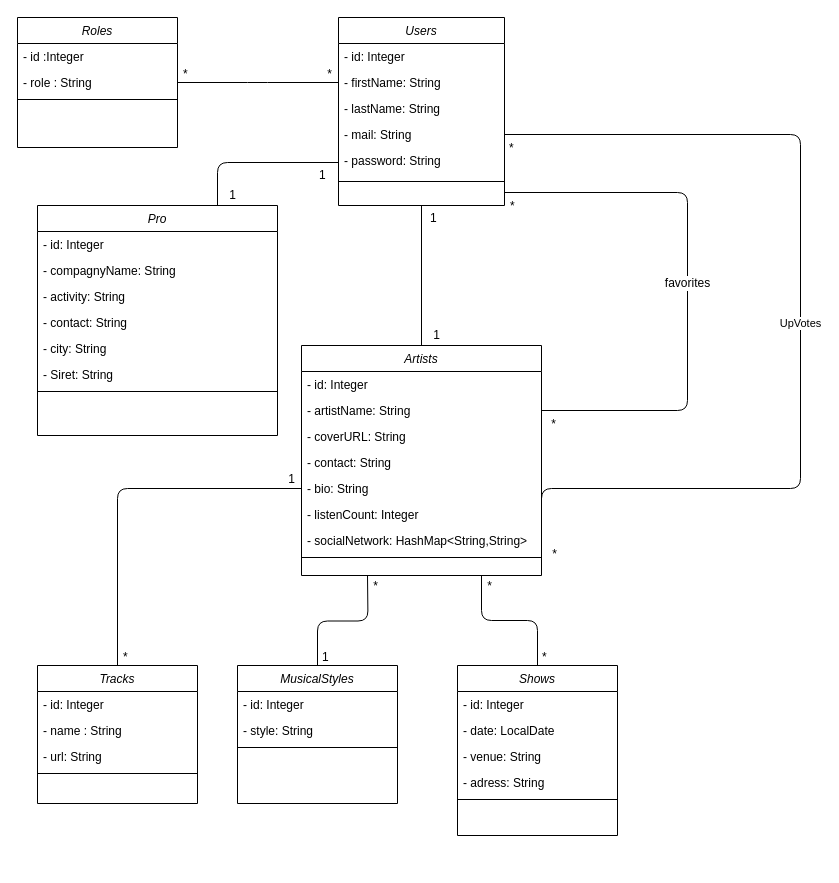
Before: Conception/Diagramme de classes Entities.drawio in Roland-Foucher/springboard, a draw.io diagram. Source tidied: cells renumbered, new cells numbered last; positions are measured from the earlier drawing's top-left corner, leaving out a move shared by most shapes. Both pictures are drawn from the tidied source at 100%, with x=0, y=0 at pixel (17, 17).
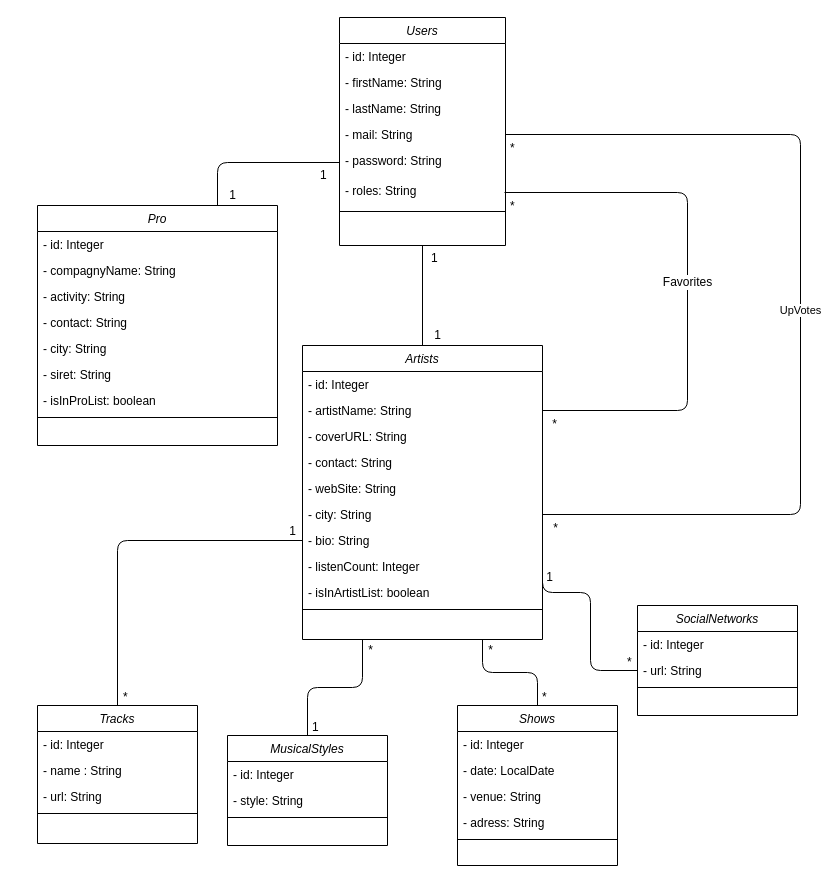
After the change.

The change refers to these unchanged cells:
```xml
<mxCell id="8" value="- firstName: String" style="text;align=left;verticalAlign=top;spacingLeft=4;spacingRight=4;overflow=hidden;points=[[0,0.5],[1,0.5]];portConstraint=eastwest;rounded=0;shadow=0;html=0;" parent="6" vertex="1">
  <mxGeometry y="52" width="166" height="26" as="geometry" />
</mxCell>
<mxCell id="10" value="- mail: String" style="text;align=left;verticalAlign=top;spacingLeft=4;spacingRight=4;overflow=hidden;points=[[0,0.5],[1,0.5]];portConstraint=eastwest;rounded=0;shadow=0;html=0;" parent="6" vertex="1">
  <mxGeometry y="104" width="166" height="26" as="geometry" />
</mxCell>
<mxCell id="15" value="- artistName: String" style="text;align=left;verticalAlign=top;spacingLeft=4;spacingRight=4;overflow=hidden;points=[[0,0.5],[1,0.5]];portConstraint=eastwest;rounded=0;shadow=0;html=0;" parent="13" vertex="1">
  <mxGeometry y="52" width="240" height="26" as="geometry" />
</mxCell>
```

Diff of the diagram source:
```diff
@@
-    <mxCell id="2" value="Roles" style="swimlane;fontStyle=2;align=center;verticalAlign=top;horizontal=1;startSize=26;rounded=0;shadow=0;strokeWidth=1;" parent="1" vertex="1">
-      <mxGeometry width="160" height="130" as="geometry" />
-    </mxCell>
-    <mxCell id="3" value="- id :Integer" style="text;align=left;verticalAlign=top;spacingLeft=4;spacingRight=4;overflow=hidden;rounded=0;shadow=0;html=0;" parent="2" vertex="1">
-      <mxGeometry y="26" width="160" height="26" as="geometry" />
-    </mxCell>
-    <mxCell id="4" value="- role : String" style="text;align=left;verticalAlign=top;spacingLeft=4;spacingRight=4;overflow=hidden;points=[[0,0.5],[1,0.5]];portConstraint=eastwest;rounded=0;shadow=0;html=0;" parent="2" vertex="1">
-      <mxGeometry y="52" width="160" height="26" as="geometry" />
-    </mxCell>
-    <mxCell id="5" style="line;html=1;strokeWidth=1;align=left;verticalAlign=middle;spacingTop=-1;spacingLeft=3;spacingRight=3;labelPosition=right;" parent="2" vertex="1">
-      <mxGeometry y="78" width="160" height="8" as="geometry" />
-    </mxCell>
     <mxCell id="6" value="Users" style="swimlane;fontStyle=2;align=center;verticalAlign=top;horizontal=1;startSize=26;rounded=0;shadow=0;strokeWidth=1;" parent="1" vertex="1">
-      <mxGeometry x="321" width="166" height="188" as="geometry" />
+      <mxGeometry x="322" width="166" height="228" as="geometry" />
     </mxCell>
@@
+    <mxCell id="69" value="- roles: String" style="text;align=left;verticalAlign=top;spacingLeft=4;spacingRight=4;overflow=hidden;rounded=0;shadow=0;html=0;" parent="6" vertex="1">
+      <mxGeometry y="160" width="166" height="30" as="geometry" />
+    </mxCell>
     <mxCell id="12" style="line;html=1;strokeWidth=1;align=left;verticalAlign=middle;spacingTop=-1;spacingLeft=3;spacingRight=3;labelPosition=right;" parent="6" vertex="1">
-      <mxGeometry y="160" width="166" height="8" as="geometry" />
+      <mxGeometry y="190" width="166" height="8" as="geometry" />
     </mxCell>
     <mxCell id="13" value="Artists" style="swimlane;fontStyle=2;align=center;verticalAlign=top;horizontal=1;startSize=26;rounded=0;shadow=0;strokeWidth=1;" parent="1" vertex="1">
-      <mxGeometry x="284" y="328" width="240" height="230" as="geometry" />
+      <mxGeometry x="285" y="328" width="240" height="294" as="geometry" />
     </mxCell>
@@
+    <mxCell id="70" value="- webSite: String" style="text;align=left;verticalAlign=top;spacingLeft=4;spacingRight=4;overflow=hidden;rounded=0;shadow=0;html=0;" parent="13" vertex="1">
+      <mxGeometry y="130" width="240" height="26" as="geometry" />
+    </mxCell>
+    <mxCell id="71" value="- city: String" style="text;align=left;verticalAlign=top;spacingLeft=4;spacingRight=4;overflow=hidden;points=[[0,0.5],[1,0.5]];portConstraint=eastwest;rounded=0;shadow=0;html=0;" parent="13" vertex="1">
+      <mxGeometry y="156" width="240" height="26" as="geometry" />
+    </mxCell>
     <mxCell id="18" value="- bio: String" style="text;align=left;verticalAlign=top;spacingLeft=4;spacingRight=4;overflow=hidden;points=[[0,0.5],[1,0.5]];portConstraint=eastwest;rounded=0;shadow=0;html=0;" parent="13" vertex="1">
-      <mxGeometry y="130" width="240" height="26" as="geometry" />
+      <mxGeometry y="182" width="240" height="26" as="geometry" />
     </mxCell>
     <mxCell id="19" value="- listenCount: Integer" style="text;align=left;verticalAlign=top;spacingLeft=4;spacingRight=4;overflow=hidden;points=[[0,0.5],[1,0.5]];portConstraint=eastwest;rounded=0;shadow=0;html=0;" parent="13" vertex="1">
-      <mxGeometry y="156" width="240" height="26" as="geometry" />
+      <mxGeometry y="208" width="240" height="26" as="geometry" />
     </mxCell>
-    <mxCell id="20" value="- socialNetwork: HashMap&lt;String,String&gt;" style="text;align=left;verticalAlign=top;spacingLeft=4;spacingRight=4;overflow=hidden;points=[[0,0.5],[1,0.5]];portConstraint=eastwest;rounded=0;shadow=0;html=0;" parent="13" vertex="1">
-      <mxGeometry y="182" width="240" height="26" as="geometry" />
-    </mxCell>
+    <mxCell id="72" value="- isInArtistList: boolean" style="text;align=left;verticalAlign=top;spacingLeft=4;spacingRight=4;overflow=hidden;rounded=0;shadow=0;html=0;" parent="13" vertex="1">
+      <mxGeometry y="234" width="240" height="26" as="geometry" />
+    </mxCell>
     <mxCell id="21" style="line;html=1;strokeWidth=1;align=left;verticalAlign=middle;spacingTop=-1;spacingLeft=3;spacingRight=3;labelPosition=right;" parent="13" vertex="1">
-      <mxGeometry y="208" width="240" height="8" as="geometry" />
+      <mxGeometry y="260" width="240" height="8" as="geometry" />
     </mxCell>
     <mxCell id="22" value="Tracks" style="swimlane;fontStyle=2;align=center;verticalAlign=top;horizontal=1;startSize=26;rounded=0;shadow=0;strokeWidth=1;" parent="1" vertex="1">
-      <mxGeometry x="20" y="648" width="160" height="138" as="geometry" />
+      <mxGeometry x="20" y="688" width="160" height="138" as="geometry" />
     </mxCell>
@@
     <mxCell id="27" value="MusicalStyles" style="swimlane;fontStyle=2;align=center;verticalAlign=top;horizontal=1;startSize=26;rounded=0;shadow=0;strokeWidth=1;" parent="1" vertex="1">
-      <mxGeometry x="220" y="648" width="160" height="138" as="geometry" />
+      <mxGeometry x="210" y="718" width="160" height="110" as="geometry" />
     </mxCell>
@@
     <mxCell id="31" value="Shows" style="swimlane;fontStyle=2;align=center;verticalAlign=top;horizontal=1;startSize=26;rounded=0;shadow=0;strokeWidth=1;" parent="1" vertex="1">
-      <mxGeometry x="440" y="648" width="160" height="170" as="geometry" />
+      <mxGeometry x="440" y="688" width="160" height="160" as="geometry" />
     </mxCell>
@@
-    <mxCell id="37" value="UpVotes" style="endArrow=none;html=1;endSize=12;startArrow=none;startSize=14;startFill=0;edgeStyle=orthogonalEdgeStyle;rounded=1;sketch=0;curved=0;endFill=0;entryX=1;entryY=0.5;entryDx=0;entryDy=0;exitX=1;exitY=0.5;exitDx=0;exitDy=0;" parent="1" edge="1" source="10" target="20">
+    <mxCell id="37" value="UpVotes" style="endArrow=none;html=1;endSize=12;startArrow=none;startSize=14;startFill=0;edgeStyle=orthogonalEdgeStyle;rounded=1;sketch=0;curved=0;endFill=0;exitX=1;exitY=0.5;exitDx=0;exitDy=0;entryX=1;entryY=0.5;entryDx=0;entryDy=0;" parent="1" edge="1" source="10" target="71">
       <mxGeometry x="0.01" relative="1" as="geometry">
         <Array as="points">
           <mxPoint x="783" y="117" />
-          <mxPoint x="783" y="471" />
+          <mxPoint x="783" y="497" />
         </Array>
       </mxGeometry>
     </mxCell>
@@
-    <mxCell id="43" value="favorites" style="endArrow=none;html=1;endSize=12;startArrow=none;startSize=14;startFill=0;edgeStyle=orthogonalEdgeStyle;rounded=1;sketch=0;fontSize=12;curved=0;exitX=1;exitY=0.5;exitDx=0;exitDy=0;endFill=0;entryX=1;entryY=0.5;entryDx=0;entryDy=0;" parent="1" edge="1" target="15">
+    <mxCell id="43" value="Favorites" style="endArrow=none;html=1;endSize=12;startArrow=none;startSize=14;startFill=0;edgeStyle=orthogonalEdgeStyle;rounded=1;sketch=0;fontSize=12;curved=0;exitX=1;exitY=0.5;exitDx=0;exitDy=0;endFill=0;entryX=1;entryY=0.5;entryDx=0;entryDy=0;" parent="1" edge="1" target="15">
       <mxGeometry relative="1" as="geometry">
         <mxPoint x="487" y="175" as="sourcePoint" />
         <Array as="points">
           <mxPoint x="670" y="175" />
           <mxPoint x="670" y="393" />
         </Array>
       </mxGeometry>
     </mxCell>
@@
-    <mxCell id="46" style="endArrow=none;html=1;edgeStyle=orthogonalEdgeStyle;sketch=0;fontSize=12;exitX=1;exitY=0.5;exitDx=0;exitDy=0;rounded=1;entryX=0;entryY=0.5;entryDx=0;entryDy=0;" parent="1" edge="1" source="4" target="8">
-      <mxGeometry relative="1" as="geometry">
-        <Array as="points">
-          <mxPoint x="240" y="65" />
-          <mxPoint x="240" y="65" />
-        </Array>
-      </mxGeometry>
-    </mxCell>
-    <mxCell id="47" value="*" style="edgeLabel;html=1;align=left;verticalAlign=bottom;rounded=0;sketch=0;fontSize=12;" parent="46" vertex="1">
-      <mxGeometry x="-1" relative="1" as="geometry">
-        <mxPoint x="4" as="offset" />
-      </mxGeometry>
-    </mxCell>
-    <mxCell id="48" value="*" style="edgeLabel;html=1;align=right;verticalAlign=bottom;rounded=0;sketch=0;fontSize=12;" parent="46" vertex="1">
-      <mxGeometry x="1" relative="1" as="geometry">
-        <mxPoint x="-6" as="offset" />
-      </mxGeometry>
-    </mxCell>
@@
-    <mxCell id="52" style="endArrow=none;html=1;edgeStyle=orthogonalEdgeStyle;rounded=1;sketch=0;fontSize=12;exitX=0.5;exitY=0;exitDx=0;exitDy=0;" parent="1" edge="1" source="27">
-      <mxGeometry relative="1" as="geometry">
-        <mxPoint x="350" y="558" as="targetPoint" />
-      </mxGeometry>
+    <mxCell id="52" style="endArrow=none;html=1;edgeStyle=orthogonalEdgeStyle;rounded=1;sketch=0;fontSize=12;exitX=0.5;exitY=0;exitDx=0;exitDy=0;entryX=0.25;entryY=1;entryDx=0;entryDy=0;" parent="1" edge="1" source="27" target="13">
+      <mxGeometry relative="1" as="geometry" />
     </mxCell>
@@
     <mxCell id="58" value="Pro" style="swimlane;fontStyle=2;align=center;verticalAlign=top;horizontal=1;startSize=26;rounded=0;shadow=0;strokeWidth=1;" parent="1" vertex="1">
-      <mxGeometry x="20" y="188" width="240" height="230" as="geometry" />
+      <mxGeometry x="20" y="188" width="240" height="240" as="geometry" />
     </mxCell>
@@
-    <mxCell id="64" value="- Siret: String" style="text;align=left;verticalAlign=top;spacingLeft=4;spacingRight=4;overflow=hidden;rounded=0;shadow=0;html=0;" parent="58" vertex="1">
+    <mxCell id="64" value="- siret: String" style="text;align=left;verticalAlign=top;spacingLeft=4;spacingRight=4;overflow=hidden;rounded=0;shadow=0;html=0;" parent="58" vertex="1">
       <mxGeometry y="156" width="240" height="26" as="geometry" />
     </mxCell>
+    <mxCell id="73" value="- isInProList: boolean" style="text;align=left;verticalAlign=top;spacingLeft=4;spacingRight=4;overflow=hidden;rounded=0;shadow=0;html=0;" parent="58" vertex="1">
+      <mxGeometry y="182" width="240" height="26" as="geometry" />
+    </mxCell>
     <mxCell id="65" style="line;html=1;strokeWidth=1;align=left;verticalAlign=middle;spacingTop=-1;spacingLeft=3;spacingRight=3;labelPosition=right;" parent="58" vertex="1">
-      <mxGeometry y="182" width="240" height="8" as="geometry" />
+      <mxGeometry y="208" width="240" height="8" as="geometry" />
     </mxCell>
@@
+    <mxCell id="74" value="SocialNetworks" style="swimlane;fontStyle=2;align=center;verticalAlign=top;horizontal=1;startSize=26;rounded=0;shadow=0;strokeWidth=1;" parent="1" vertex="1">
+      <mxGeometry x="620" y="588" width="160" height="110" as="geometry" />
+    </mxCell>
+    <mxCell id="75" value="- id: Integer" style="text;align=left;verticalAlign=top;spacingLeft=4;spacingRight=4;overflow=hidden;rounded=0;shadow=0;html=0;" parent="74" vertex="1">
+      <mxGeometry y="26" width="160" height="26" as="geometry" />
+    </mxCell>
+    <mxCell id="76" value="- url: String" style="text;align=left;verticalAlign=top;spacingLeft=4;spacingRight=4;overflow=hidden;points=[[0,0.5],[1,0.5]];portConstraint=eastwest;rounded=0;shadow=0;html=0;" parent="74" vertex="1">
+      <mxGeometry y="52" width="160" height="26" as="geometry" />
+    </mxCell>
+    <mxCell id="5" style="line;html=1;strokeWidth=1;align=left;verticalAlign=middle;spacingTop=-1;spacingLeft=3;spacingRight=3;labelPosition=right;" parent="74" vertex="1">
+      <mxGeometry y="78" width="160" height="8" as="geometry" />
+    </mxCell>
+    <mxCell id="77" style="endArrow=none;html=1;edgeStyle=orthogonalEdgeStyle;rounded=1;sketch=0;fontSize=12;entryX=1;entryY=0.5;entryDx=0;entryDy=0;exitX=0;exitY=0.5;exitDx=0;exitDy=0;" parent="1" edge="1" source="76" target="19">
+      <mxGeometry relative="1" as="geometry">
+        <Array as="points">
+          <mxPoint x="573" y="653" />
+          <mxPoint x="573" y="575" />
+        </Array>
+      </mxGeometry>
+    </mxCell>
+    <mxCell id="47" value="*" style="edgeLabel;html=1;align=left;verticalAlign=bottom;rounded=0;sketch=0;fontSize=12;" parent="77" vertex="1">
+      <mxGeometry x="-1" relative="1" as="geometry">
+        <mxPoint x="-12" as="offset" />
+      </mxGeometry>
+    </mxCell>
+    <mxCell id="78" value="1" style="edgeLabel;html=1;align=right;verticalAlign=bottom;rounded=0;sketch=0;fontSize=12;" parent="77" vertex="1">
+      <mxGeometry x="1" relative="1" as="geometry">
+        <mxPoint x="11" y="19" as="offset" />
+      </mxGeometry>
+    </mxCell>
```
